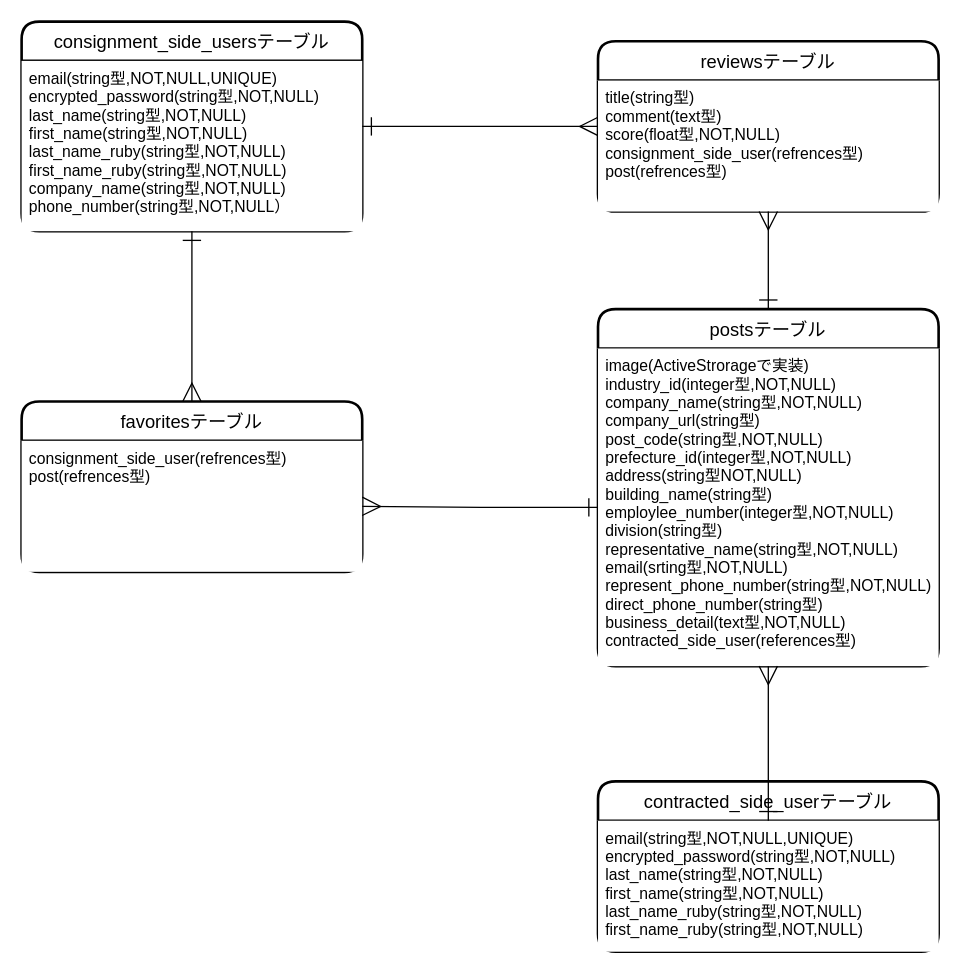
The draw.io diagram er_diagram.dio in hiroki1121/assistance_company, before the edit. Source tidied: cells renumbered, new cells numbered last; positions are measured from the earlier drawing's top-left corner, leaving out a move shared by most shapes. Both pictures are drawn from the tidied source at 131%, with x=0, y=0 at pixel (21, 21).
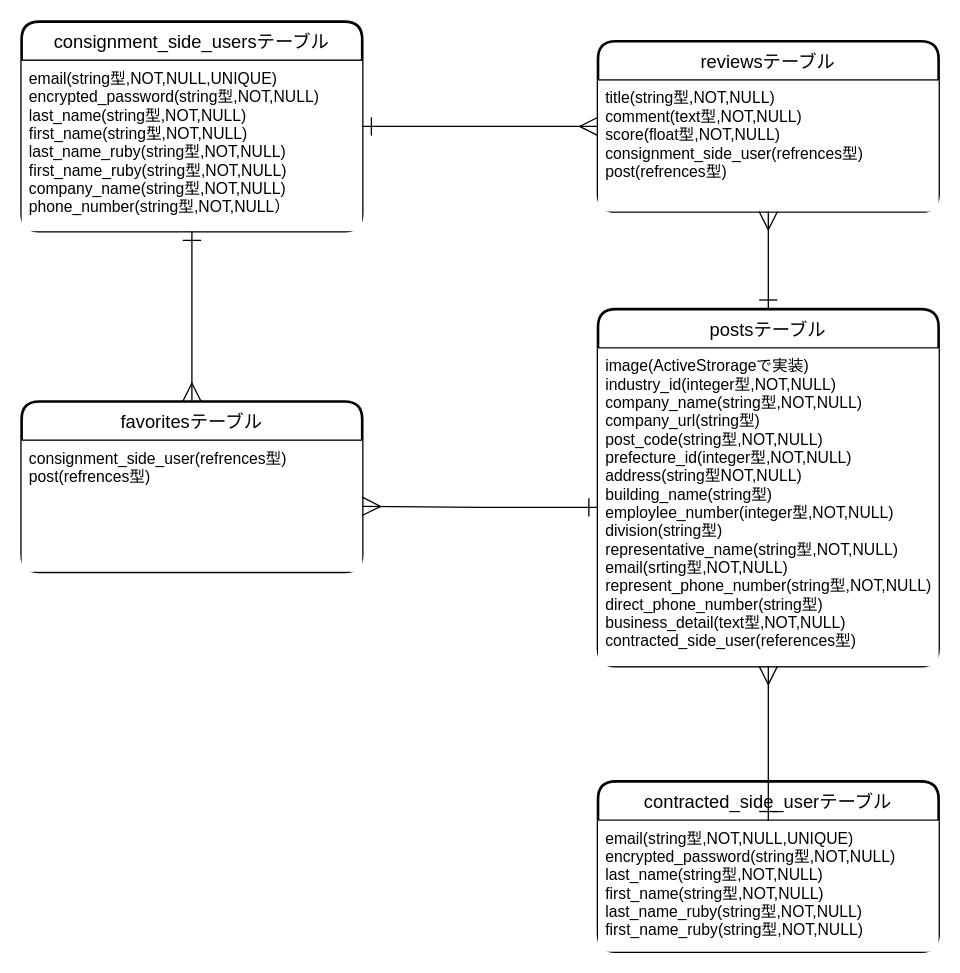
The same page after the edit.

What changed in the source:
```diff
@@
 <mxGraphModel>
   <root>
     <mxCell id="0" />
     <mxCell id="1" parent="0" />
     <mxCell id="2" value="consignment_side_usersテーブル" style="swimlane;horizontal=1;startSize=30;rounded=1;fontSize=14;fontStyle=0;strokeWidth=2;shadow=0;dashed=0;align=center;labelBackgroundColor=none;fillColor=#FFFFFF;fontColor=#000000;labelBorderColor=none;swimlaneFillColor=none;strokeColor=#000000;" parent="1" vertex="1">
       <mxGeometry width="260" height="160" as="geometry" />
     </mxCell>
     <mxCell id="3" value="email(string型,NOT,NULL,UNIQUE)&#10;encrypted_password(string型,NOT,NULL)&#10;last_name(string型,NOT,NULL)&#10;first_name(string型,NOT,NULL)&#10;last_name_ruby(string型,NOT,NULL)&#10;first_name_ruby(string型,NOT,NULL)&#10;company_name(string型,NOT,NULL)&#10;phone_number(string型,NOT,NULL）" style="align=left;strokeColor=none;spacingLeft=4;fontSize=12;verticalAlign=top;fillColor=#FFFFFF;fontColor=#000000;" parent="2" vertex="1">
       <mxGeometry y="30" width="260" height="130" as="geometry" />
     </mxCell>
     <mxCell id="4" value="contracted_side_userテーブル" style="swimlane;horizontal=1;startSize=30;rounded=1;fontSize=14;fontStyle=0;strokeWidth=2;shadow=0;dashed=0;align=center;labelBackgroundColor=none;fillColor=#FFFFFF;fontColor=#000000;labelBorderColor=none;swimlaneFillColor=none;strokeColor=#000000;" parent="1" vertex="1">
       <mxGeometry x="440" y="580" width="260" height="130" as="geometry" />
     </mxCell>
     <mxCell id="5" value="email(string型,NOT,NULL,UNIQUE)&#10;encrypted_password(string型,NOT,NULL)&#10;last_name(string型,NOT,NULL)&#10;first_name(string型,NOT,NULL)&#10;last_name_ruby(string型,NOT,NULL)&#10;first_name_ruby(string型,NOT,NULL)" style="align=left;strokeColor=none;spacingLeft=4;fontSize=12;verticalAlign=top;fillColor=#FFFFFF;fontColor=#000000;" parent="4" vertex="1">
       <mxGeometry y="30" width="260" height="100" as="geometry" />
     </mxCell>
     <mxCell id="6" value="postsテーブル" style="swimlane;horizontal=1;startSize=30;rounded=1;fontSize=14;fontStyle=0;strokeWidth=2;shadow=0;dashed=0;align=center;labelBackgroundColor=none;fillColor=#FFFFFF;fontColor=#000000;labelBorderColor=none;swimlaneFillColor=none;strokeColor=#000000;" parent="1" vertex="1">
       <mxGeometry x="440" y="219.5" width="260" height="272.5" as="geometry" />
     </mxCell>
     <mxCell id="7" value="image(ActiveStrorageで実装)&#10;industry_id(integer型,NOT,NULL)&#10;company_name(string型,NOT,NULL)&#10;company_url(string型)&#10;post_code(string型,NOT,NULL)&#10;prefecture_id(integer型,NOT,NULL)&#10;address(string型NOT,NULL)&#10;building_name(string型)&#10;employlee_number(integer型,NOT,NULL)&#10;division(string型)&#10;representative_name(string型,NOT,NULL)&#10;email(srting型,NOT,NULL)&#10;represent_phone_number(string型,NOT,NULL)&#10;direct_phone_number(string型)&#10;business_detail(text型,NOT,NULL)&#10;contracted_side_user(references型)" style="align=left;strokeColor=none;spacingLeft=4;fontSize=12;verticalAlign=top;fillColor=#FFFFFF;fontColor=#000000;" parent="6" vertex="1">
       <mxGeometry y="30" width="260" height="242.5" as="geometry" />
     </mxCell>
     <mxCell id="8" value="favoritesテーブル" style="swimlane;horizontal=1;startSize=30;rounded=1;fontSize=14;fontStyle=0;strokeWidth=2;shadow=0;dashed=0;align=center;labelBackgroundColor=none;fillColor=#FFFFFF;fontColor=#000000;labelBorderColor=none;swimlaneFillColor=none;strokeColor=#000000;" parent="1" vertex="1">
       <mxGeometry y="290" width="260" height="130" as="geometry" />
     </mxCell>
     <mxCell id="9" value="consignment_side_user(refrences型)&#10;post(refrences型)" style="align=left;strokeColor=none;spacingLeft=4;fontSize=12;verticalAlign=top;fillColor=#FFFFFF;fontColor=#000000;" parent="8" vertex="1">
       <mxGeometry y="30" width="260" height="100" as="geometry" />
     </mxCell>
     <mxCell id="10" style="edgeStyle=orthogonalEdgeStyle;rounded=0;jettySize=auto;html=1;exitX=0.5;exitY=1;exitDx=0;exitDy=0;entryX=0.5;entryY=0;entryDx=0;entryDy=0;fontColor=#000000;endArrow=ERmany;endFill=0;startArrow=ERone;startFill=0;strokeWidth=1;endSize=12;startSize=12;" parent="1" edge="1" source="3" target="8">
       <mxGeometry relative="1" as="geometry" />
     </mxCell>
     <mxCell id="11" style="edgeStyle=orthogonalEdgeStyle;rounded=0;jettySize=auto;html=1;startArrow=ERone;startFill=0;startSize=12;endArrow=ERmany;endFill=0;endSize=12;strokeWidth=1;fontColor=#000000;" parent="1" edge="1" source="7">
       <mxGeometry relative="1" as="geometry">
         <mxPoint x="260" y="370" as="targetPoint" />
       </mxGeometry>
     </mxCell>
     <mxCell id="12" style="edgeStyle=orthogonalEdgeStyle;rounded=0;jettySize=auto;html=1;endSize=12;startSize=12;endArrow=ERmany;endFill=0;startArrow=ERone;startFill=0;" parent="1" edge="1" source="5" target="7">
       <mxGeometry relative="1" as="geometry" />
     </mxCell>
     <mxCell id="13" style="edgeStyle=orthogonalEdgeStyle;rounded=0;jettySize=auto;html=1;startArrow=ERone;startFill=0;startSize=12;endArrow=ERmany;endFill=0;endSize=12;exitX=1;exitY=0.5;exitDx=0;exitDy=0;" parent="1" edge="1" source="2" target="14">
       <mxGeometry relative="1" as="geometry" />
     </mxCell>
     <mxCell id="14" value="reviewsテーブル" style="swimlane;horizontal=1;startSize=30;rounded=1;fontSize=14;fontStyle=0;strokeWidth=2;shadow=0;dashed=0;align=center;labelBackgroundColor=none;fillColor=#FFFFFF;fontColor=#000000;labelBorderColor=none;swimlaneFillColor=none;strokeColor=#000000;" parent="1" vertex="1">
       <mxGeometry x="440" y="15" width="260" height="130" as="geometry" />
     </mxCell>
-    <mxCell id="15" value="title(string型)&#10;comment(text型)&#10;score(float型,NOT,NULL)&#10;consignment_side_user(refrences型)&#10;post(refrences型)" style="align=left;strokeColor=none;spacingLeft=4;fontSize=12;verticalAlign=top;fillColor=#FFFFFF;fontColor=#000000;" parent="14" vertex="1">
+    <mxCell id="15" value="title(string型,NOT,NULL)&#10;comment(text型,NOT,NULL)&#10;score(float型,NOT,NULL)&#10;consignment_side_user(refrences型)&#10;post(refrences型)" style="align=left;strokeColor=none;spacingLeft=4;fontSize=12;verticalAlign=top;fillColor=#FFFFFF;fontColor=#000000;" parent="14" vertex="1">
       <mxGeometry y="30" width="260" height="100" as="geometry" />
     </mxCell>
     <mxCell id="16" style="align=left;strokeColor=none;spacingLeft=4;fontSize=12;verticalAlign=top;fillColor=#FFFFFF;fontColor=#000000;" parent="14" vertex="1">
       <mxGeometry y="130" width="260" as="geometry" />
     </mxCell>
     <mxCell id="17" style="edgeStyle=orthogonalEdgeStyle;rounded=0;jettySize=auto;html=1;startArrow=ERone;startFill=0;startSize=12;endArrow=ERmany;endFill=0;endSize=12;exitX=0.5;exitY=0;exitDx=0;exitDy=0;" parent="1" edge="1" source="6" target="15">
       <mxGeometry relative="1" as="geometry" />
     </mxCell>
   </root>
 </mxGraphModel>
```
